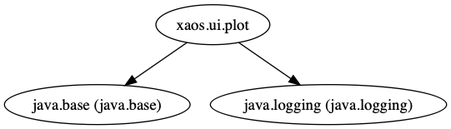
This is xaos.ui.plot.module/doc/module-dependencies.png from ESSICS/XAOS, a Graphviz export, as it was before one commit. Its source is kept beside it as xaos.ui.plot.module/doc/module-dependencies.dot. The source it was exported from:
```dot
digraph "summary" {
  "xaos.ui.plot"                                     -> "java.base (java.base)";
  "xaos.ui.plot"                                     -> "java.logging (java.logging)";
}
```
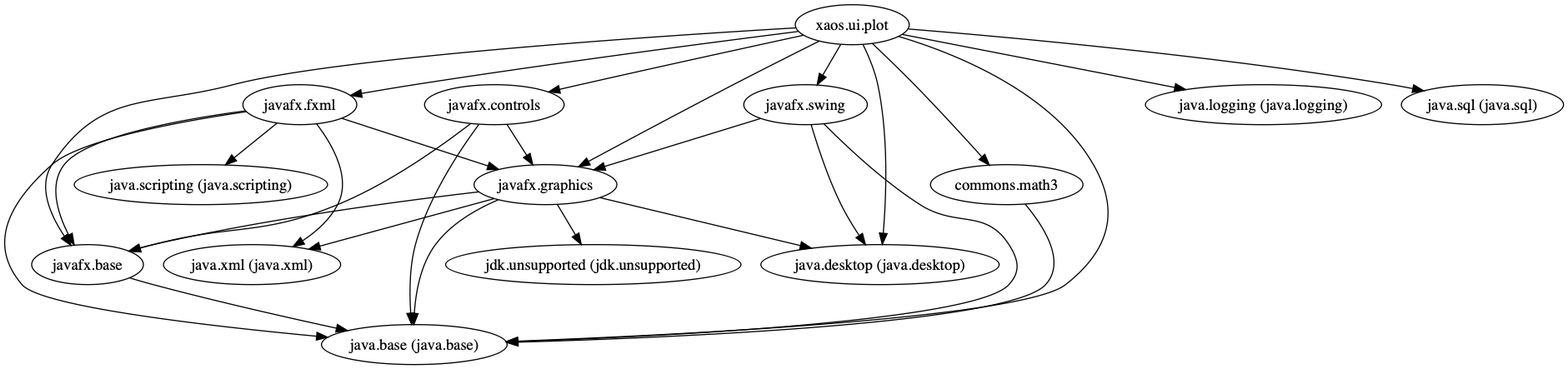
After the change.

Commit message:
Plot module now compiles. Refactoring is still to be done.

Diff of the diagram source:
```diff
@@ -1,4 +1,30 @@
 digraph "summary" {
+  "javafx.swing"                                     -> "java.base (java.base)";
+  "javafx.swing"                                     -> "java.desktop (java.desktop)";
+  "javafx.swing"                                     -> "javafx.graphics";
+  "javafx.controls"                                  -> "java.base (java.base)";
+  "javafx.controls"                                  -> "javafx.base";
+  "javafx.controls"                                  -> "javafx.graphics";
+  "javafx.fxml"                                      -> "java.base (java.base)";
+  "javafx.fxml"                                      -> "java.scripting (java.scripting)";
+  "javafx.fxml"                                      -> "java.xml (java.xml)";
+  "javafx.fxml"                                      -> "javafx.base";
+  "javafx.fxml"                                      -> "javafx.graphics";
+  "xaos.ui.plot"                                     -> "commons.math3";
   "xaos.ui.plot"                                     -> "java.base (java.base)";
+  "xaos.ui.plot"                                     -> "java.desktop (java.desktop)";
   "xaos.ui.plot"                                     -> "java.logging (java.logging)";
+  "xaos.ui.plot"                                     -> "java.sql (java.sql)";
+  "xaos.ui.plot"                                     -> "javafx.base";
+  "xaos.ui.plot"                                     -> "javafx.controls";
+  "xaos.ui.plot"                                     -> "javafx.fxml";
+  "xaos.ui.plot"                                     -> "javafx.graphics";
+  "xaos.ui.plot"                                     -> "javafx.swing";
+  "javafx.graphics"                                  -> "java.base (java.base)";
+  "javafx.graphics"                                  -> "java.desktop (java.desktop)";
+  "javafx.graphics"                                  -> "java.xml (java.xml)";
+  "javafx.graphics"                                  -> "javafx.base";
+  "javafx.graphics"                                  -> "jdk.unsupported (jdk.unsupported)";
+  "javafx.base"                                      -> "java.base (java.base)";
+  "commons.math3"                                    -> "java.base (java.base)";
 }
```
